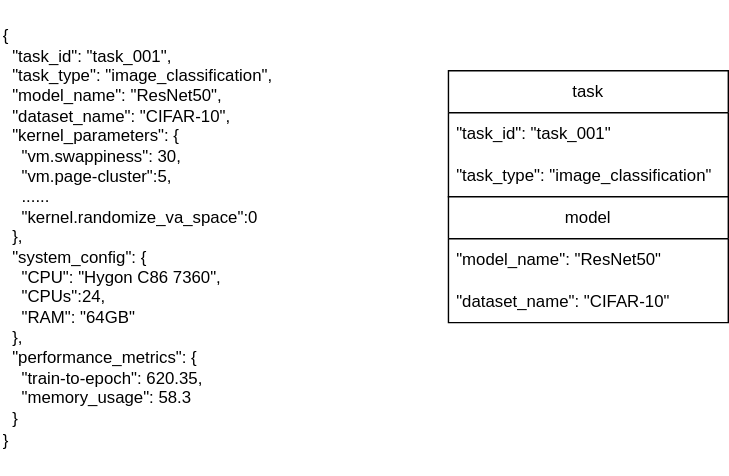
Above: 数据集格式.svg in Dong-J93/_pictures (draw.io), before the change. Source tidied: cells renumbered, new cells last; positions are measured from the earlier drawing's top-left corner, leaving out a move shared by most shapes.
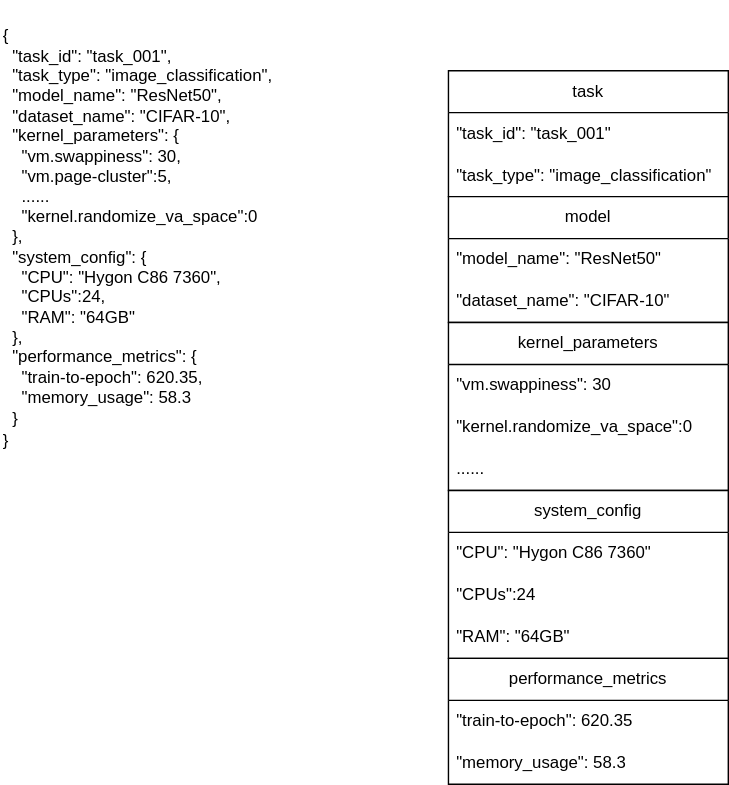
After the commit.

Commit message:
更新数据集格式.svg

The edit, as a diff of the source:
```diff
@@ -23,5 +23,38 @@
     <mxCell id="8" value="&lt;div&gt;&lt;span style=&quot;background-color: transparent; color: light-dark(rgb(0, 0, 0), rgb(255, 255, 255));&quot;&gt;&quot;dataset_name&quot;: &quot;CIFAR-10&quot;&lt;/span&gt;&lt;/div&gt;" style="text;strokeColor=none;fillColor=none;align=left;verticalAlign=middle;spacingLeft=4;spacingRight=4;overflow=hidden;whiteSpace=wrap;html=1;" parent="6" vertex="1">
       <mxGeometry y="60" width="200" height="30" as="geometry" />
     </mxCell>
+    <mxCell id="9" value="&lt;span style=&quot;text-align: left;&quot;&gt;kernel_parameters&lt;/span&gt;" style="swimlane;fontStyle=0;horizontal=1;startSize=30;whiteSpace=wrap;html=1;" parent="1" vertex="1">
+      <mxGeometry x="320" y="230" width="200" height="120" as="geometry" />
+    </mxCell>
+    <mxCell id="10" value="&lt;div&gt;&quot;vm.swappiness&quot;: 30&lt;/div&gt;" style="text;strokeColor=none;fillColor=none;align=left;verticalAlign=middle;spacingLeft=4;spacingRight=4;overflow=hidden;whiteSpace=wrap;html=1;" parent="9" vertex="1">
+      <mxGeometry y="30" width="200" height="30" as="geometry" />
+    </mxCell>
+    <mxCell id="11" value="&lt;div&gt;&lt;span style=&quot;background-color: transparent; color: light-dark(rgb(0, 0, 0), rgb(255, 255, 255));&quot;&gt;&quot;kernel.randomize_va_space&quot;:0&lt;/span&gt;&lt;/div&gt;" style="text;strokeColor=none;fillColor=none;align=left;verticalAlign=middle;spacingLeft=4;spacingRight=4;overflow=hidden;whiteSpace=wrap;html=1;" parent="9" vertex="1">
+      <mxGeometry y="60" width="200" height="30" as="geometry" />
+    </mxCell>
+    <mxCell id="12" value="......" style="text;strokeColor=none;fillColor=none;align=left;verticalAlign=middle;spacingLeft=4;spacingRight=4;overflow=hidden;whiteSpace=wrap;html=1;" parent="9" vertex="1">
+      <mxGeometry y="90" width="200" height="30" as="geometry" />
+    </mxCell>
+    <mxCell id="13" value="&lt;span style=&quot;text-align: left;&quot;&gt;system_config&lt;/span&gt;" style="swimlane;fontStyle=0;horizontal=1;startSize=30;whiteSpace=wrap;html=1;" parent="1" vertex="1">
+      <mxGeometry x="320" y="350" width="200" height="120" as="geometry" />
+    </mxCell>
+    <mxCell id="14" value="&lt;div&gt;&quot;CPU&quot;: &quot;Hygon C86 7360&quot;&lt;/div&gt;" style="text;strokeColor=none;fillColor=none;align=left;verticalAlign=middle;spacingLeft=4;spacingRight=4;overflow=hidden;whiteSpace=wrap;html=1;" parent="13" vertex="1">
+      <mxGeometry y="30" width="200" height="30" as="geometry" />
+    </mxCell>
+    <mxCell id="15" value="&lt;div&gt;&lt;span style=&quot;background-color: transparent; color: light-dark(rgb(0, 0, 0), rgb(255, 255, 255));&quot;&gt;&quot;CPUs&quot;:24&lt;/span&gt;&lt;/div&gt;" style="text;strokeColor=none;fillColor=none;align=left;verticalAlign=middle;spacingLeft=4;spacingRight=4;overflow=hidden;whiteSpace=wrap;html=1;" parent="13" vertex="1">
+      <mxGeometry y="60" width="200" height="30" as="geometry" />
+    </mxCell>
+    <mxCell id="16" value="&lt;div&gt;&lt;span style=&quot;background-color: transparent; color: light-dark(rgb(0, 0, 0), rgb(255, 255, 255));&quot;&gt;&quot;RAM&quot;: &quot;64GB&quot;&lt;/span&gt;&lt;/div&gt;" style="text;strokeColor=none;fillColor=none;align=left;verticalAlign=middle;spacingLeft=4;spacingRight=4;overflow=hidden;whiteSpace=wrap;html=1;" parent="13" vertex="1">
+      <mxGeometry y="90" width="200" height="30" as="geometry" />
+    </mxCell>
+    <mxCell id="17" value="&lt;span style=&quot;text-align: left;&quot;&gt;performance_metrics&lt;/span&gt;" style="swimlane;fontStyle=0;horizontal=1;startSize=30;whiteSpace=wrap;html=1;" parent="1" vertex="1">
+      <mxGeometry x="320" y="470" width="200" height="90" as="geometry" />
+    </mxCell>
+    <mxCell id="18" value="&lt;div&gt;&quot;train-to-epoch&quot;&lt;span style=&quot;background-color: transparent; color: light-dark(rgb(0, 0, 0), rgb(255, 255, 255));&quot;&gt;: 620.35&lt;/span&gt;&lt;/div&gt;" style="text;strokeColor=none;fillColor=none;align=left;verticalAlign=middle;spacingLeft=4;spacingRight=4;overflow=hidden;whiteSpace=wrap;html=1;" parent="17" vertex="1">
+      <mxGeometry y="30" width="200" height="30" as="geometry" />
+    </mxCell>
+    <mxCell id="19" value="&lt;div&gt;&lt;span style=&quot;background-color: transparent; color: light-dark(rgb(0, 0, 0), rgb(255, 255, 255));&quot;&gt;&quot;memory_usage&quot;: 58.3&lt;/span&gt;&lt;/div&gt;" style="text;strokeColor=none;fillColor=none;align=left;verticalAlign=middle;spacingLeft=4;spacingRight=4;overflow=hidden;whiteSpace=wrap;html=1;" parent="17" vertex="1">
+      <mxGeometry y="60" width="200" height="30" as="geometry" />
+    </mxCell>
   </root>
 </mxGraphModel>
```
